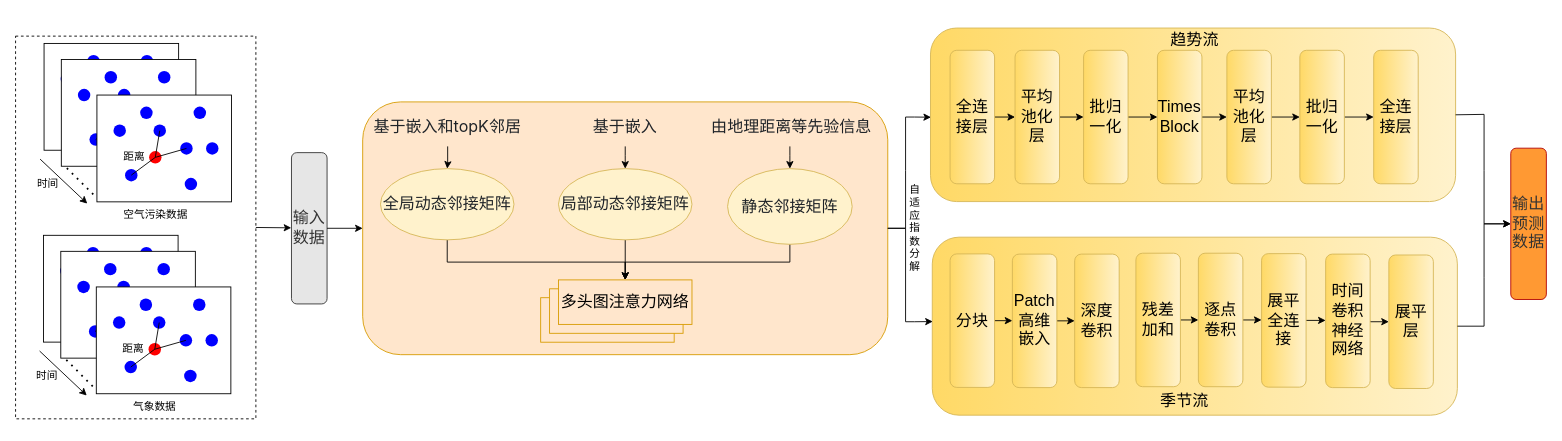
rrrework/hello_webgis keeps this draw.io diagram as 1.drawio. Above is the earlier version. Source tidied: cells renumbered, new cells numbered last; positions are measured from the earlier drawing's top-left corner, leaving out a move shared by most shapes. Both pictures are drawn from the tidied source at 89%, with x=0, y=0 at pixel (15, 19).
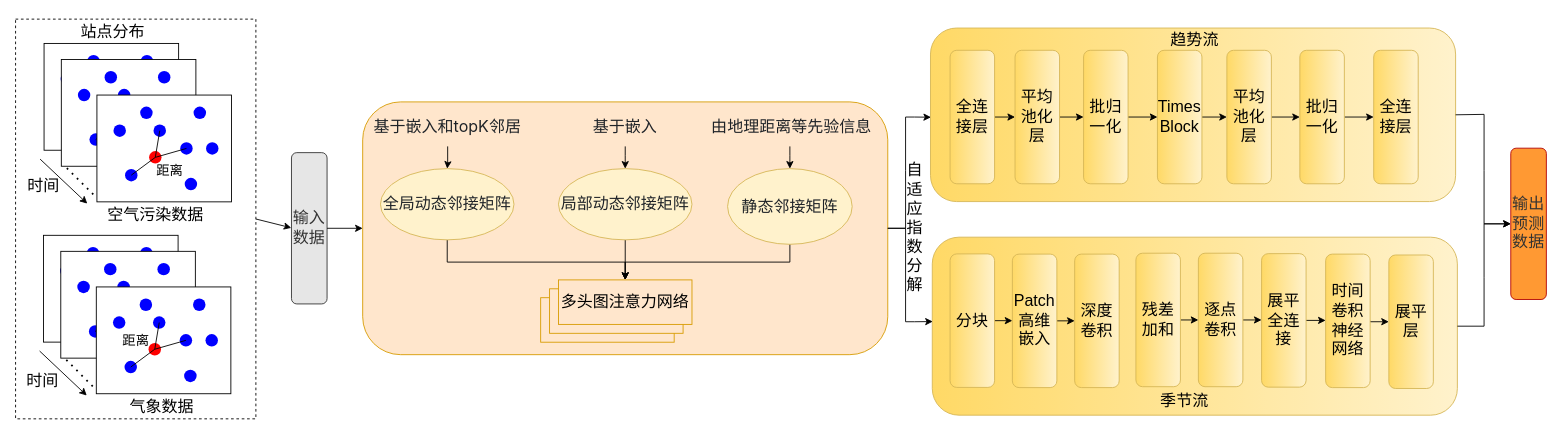
The same diagram, later.

The edit, as a diff of the source:
```diff
@@
     <mxCell id="2" style="rounded=0;whiteSpace=wrap;html=1;fillColor=none;dashed=1;" parent="1" vertex="1">
-      <mxGeometry y="19.1" width="270" height="430" as="geometry" />
+      <mxGeometry width="270" height="449.1" as="geometry" />
     </mxCell>
@@
-    <mxCell id="44" value="时间" style="text;html=1;align=center;verticalAlign=middle;strokeColor=none;fillColor=none;" parent="1" vertex="1">
-      <mxGeometry x="10.6" y="170.3" width="50" height="30" as="geometry" />
+    <mxCell id="44" value="&lt;font style=&quot;font-size: 18px;&quot;&gt;时间&lt;/font&gt;" style="text;html=1;align=center;verticalAlign=middle;strokeColor=none;fillColor=none;" parent="1" vertex="1">
+      <mxGeometry x="0.6" y="168" width="60" height="40" as="geometry" />
     </mxCell>
-    <mxCell id="45" value="距离" style="text;html=1;align=center;verticalAlign=middle;strokeColor=none;fillColor=none;" parent="1" vertex="1">
-      <mxGeometry x="107.6" y="140.3" width="50" height="30" as="geometry" />
+    <mxCell id="45" value="&lt;font style=&quot;font-size: 15px;&quot;&gt;距离&lt;/font&gt;" style="text;html=1;align=center;verticalAlign=middle;strokeColor=none;fillColor=none;" parent="1" vertex="1">
+      <mxGeometry x="147.6" y="155.3" width="50" height="30" as="geometry" />
     </mxCell>
-    <mxCell id="46" value="空气污染数据" style="text;html=1;align=center;verticalAlign=middle;strokeColor=none;fillColor=none;" parent="1" vertex="1">
-      <mxGeometry x="107" y="205.3" width="100" height="30" as="geometry" />
+    <mxCell id="46" value="&lt;font style=&quot;font-size: 18px;&quot;&gt;空气污染数据&lt;/font&gt;" style="text;html=1;align=center;verticalAlign=middle;strokeColor=none;fillColor=none;" parent="1" vertex="1">
+      <mxGeometry x="92" y="200.3" width="130" height="40" as="geometry" />
     </mxCell>
@@
-    <mxCell id="88" value="时间" style="text;html=1;align=center;verticalAlign=middle;strokeColor=none;fillColor=none;" parent="1" vertex="1">
-      <mxGeometry x="10" y="385.9" width="50" height="30" as="geometry" />
+    <mxCell id="88" value="&lt;font style=&quot;font-size: 18px;&quot;&gt;时间&lt;/font&gt;" style="text;html=1;align=center;verticalAlign=middle;strokeColor=none;fillColor=none;" parent="1" vertex="1">
+      <mxGeometry y="386.9" width="60" height="40" as="geometry" />
     </mxCell>
-    <mxCell id="89" value="距离" style="text;html=1;align=center;verticalAlign=middle;strokeColor=none;fillColor=none;" parent="1" vertex="1">
-      <mxGeometry x="107" y="355.9" width="50" height="30" as="geometry" />
+    <mxCell id="89" value="&lt;font style=&quot;font-size: 15px;&quot;&gt;距离&lt;/font&gt;" style="text;html=1;align=center;verticalAlign=middle;strokeColor=none;fillColor=none;" parent="1" vertex="1">
+      <mxGeometry x="110" y="345.9" width="50" height="30" as="geometry" />
     </mxCell>
-    <mxCell id="90" value="气象数据" style="text;html=1;align=center;verticalAlign=middle;strokeColor=none;fillColor=none;" parent="1" vertex="1">
-      <mxGeometry x="121.4" y="420.9" width="70" height="30" as="geometry" />
+    <mxCell id="90" value="&lt;font style=&quot;font-size: 18px;&quot;&gt;气象数据&lt;/font&gt;" style="text;html=1;align=center;verticalAlign=middle;strokeColor=none;fillColor=none;" parent="1" vertex="1">
+      <mxGeometry x="114.4" y="415.9" width="100" height="40" as="geometry" />
     </mxCell>
@@
-    <mxCell id="141" value="自&lt;div&gt;适&lt;/div&gt;&lt;div&gt;应&lt;/div&gt;&lt;div&gt;指&lt;/div&gt;&lt;div&gt;数&lt;/div&gt;&lt;div&gt;分&lt;/div&gt;&lt;div&gt;解&lt;/div&gt;" style="text;html=1;align=center;verticalAlign=middle;strokeColor=none;fillColor=none;" parent="1" vertex="1">
-      <mxGeometry x="990" y="180" width="40" height="110" as="geometry" />
+    <mxCell id="141" value="&lt;font style=&quot;font-size: 18px;&quot;&gt;自&lt;/font&gt;&lt;div&gt;&lt;font style=&quot;font-size: 18px;&quot;&gt;适&lt;/font&gt;&lt;/div&gt;&lt;div&gt;&lt;font style=&quot;font-size: 18px;&quot;&gt;应&lt;/font&gt;&lt;/div&gt;&lt;div&gt;&lt;font style=&quot;font-size: 18px;&quot;&gt;指&lt;/font&gt;&lt;/div&gt;&lt;div&gt;&lt;font style=&quot;font-size: 18px;&quot;&gt;数&lt;/font&gt;&lt;/div&gt;&lt;div&gt;&lt;font style=&quot;font-size: 18px;&quot;&gt;分&lt;/font&gt;&lt;/div&gt;&lt;div&gt;&lt;font style=&quot;font-size: 18px;&quot;&gt;解&lt;/font&gt;&lt;/div&gt;" style="text;html=1;align=center;verticalAlign=middle;strokeColor=none;fillColor=none;" parent="1" vertex="1">
+      <mxGeometry x="990" y="155" width="40" height="160" as="geometry" />
     </mxCell>
@@
+    <mxCell id="147" value="&lt;font style=&quot;font-size: 18px;&quot;&gt;站点分布&lt;/font&gt;" style="text;html=1;align=center;verticalAlign=middle;strokeColor=none;fillColor=none;" parent="1" vertex="1">
+      <mxGeometry x="58.7" y="-4.7" width="100" height="40" as="geometry" />
+    </mxCell>
```
